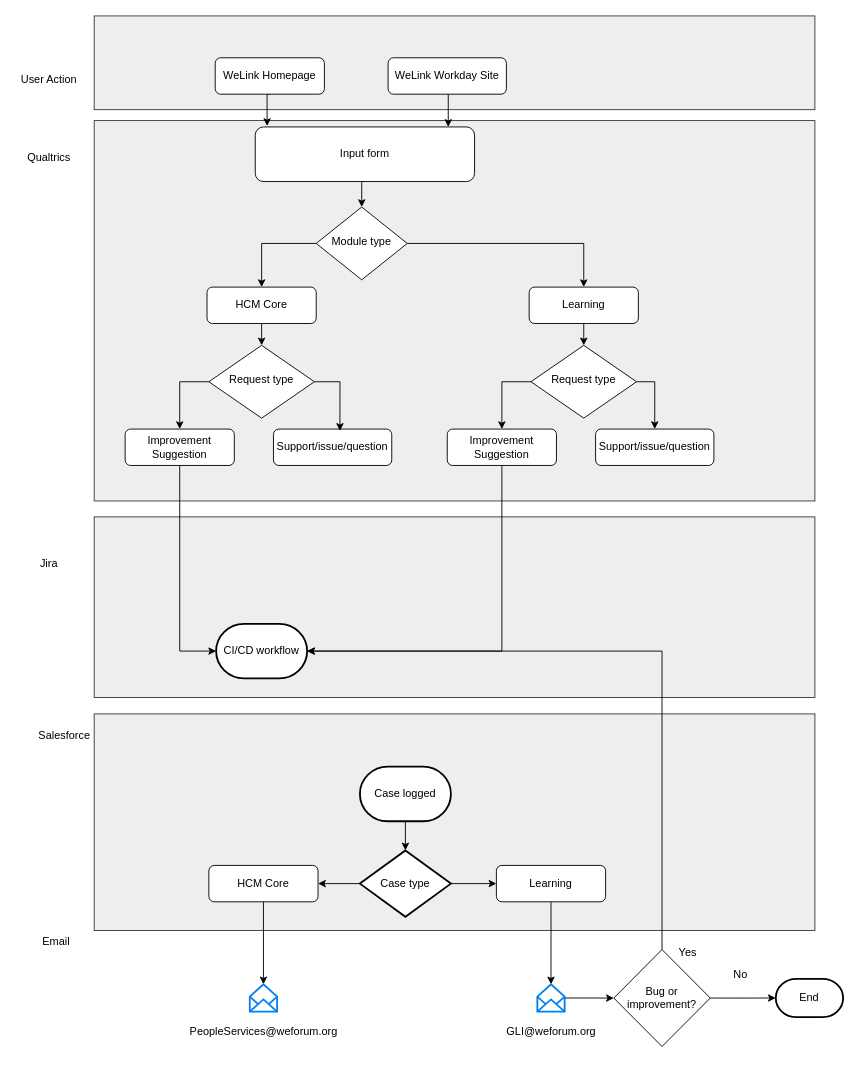
Earlier version of the draw.io diagram Workday Learning support model.drawio (merid-berhe/draw.io). Source tidied: cells renumbered, new cells numbered last; positions are measured from the earlier drawing's top-left corner, leaving out a move shared by most shapes. Both pictures are drawn from the tidied source at 91%, with x=0, y=0 at pixel (15, 15).
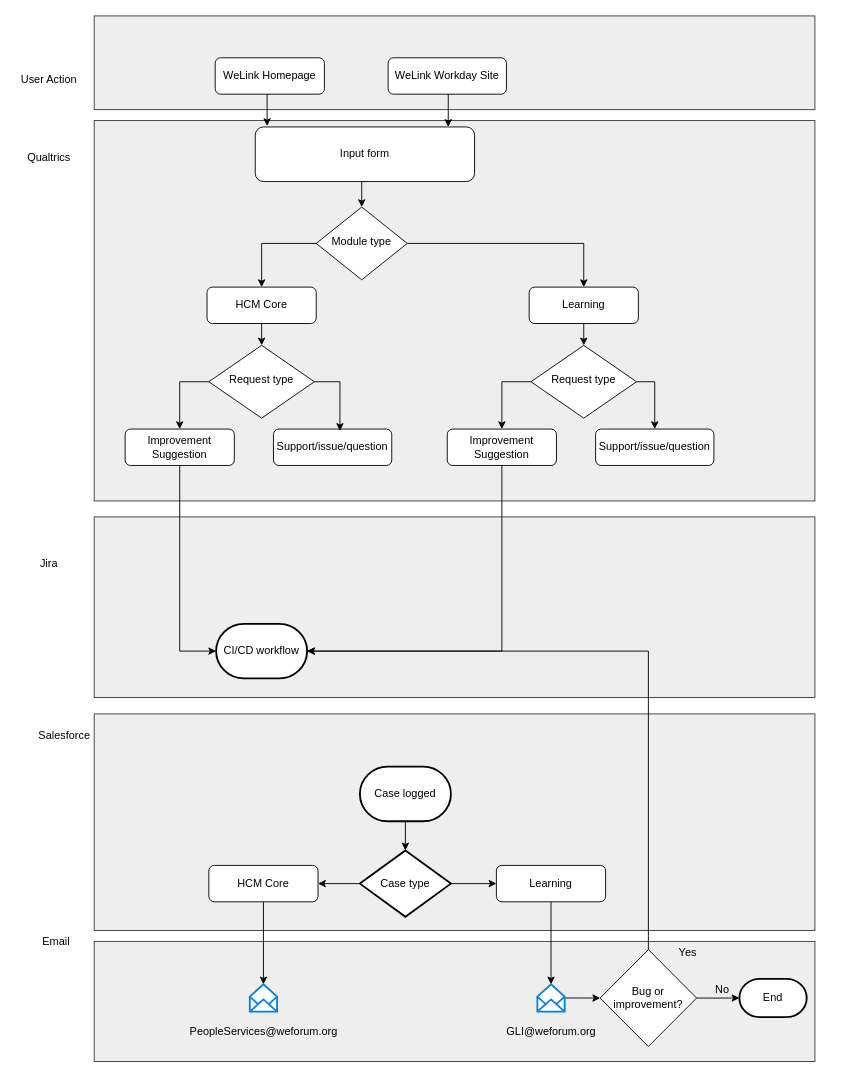
The same diagram, later.

What changed in the source:
```diff
@@
+    <mxCell id="57" style="rounded=0;whiteSpace=wrap;html=1;fillColor=#eeeeee;strokeColor=#36393d;" parent="1" vertex="1">
+      <mxGeometry x="86" y="1017" width="792" height="132" as="geometry" />
+    </mxCell>
@@
     <mxCell id="53" value="Bug or improvement?" style="rhombus;whiteSpace=wrap;html=1;" parent="1" vertex="1">
-      <mxGeometry x="657" y="1026" width="106" height="106.5" as="geometry" />
+      <mxGeometry x="642" y="1026" width="106" height="106.5" as="geometry" />
     </mxCell>
     <mxCell id="54" value="No" style="text;html=1;align=center;verticalAlign=middle;" parent="1" vertex="1">
-      <mxGeometry x="783" y="1045" width="25" height="18" as="geometry" />
+      <mxGeometry x="763" y="1061" width="25" height="18" as="geometry" />
     </mxCell>
     <mxCell id="55" value="End" style="strokeWidth=2;html=1;shape=mxgraph.flowchart.terminator;whiteSpace=wrap;" parent="1" vertex="1">
-      <mxGeometry x="835" y="1058.1" width="74" height="42.2" as="geometry" />
+      <mxGeometry x="795" y="1058.1" width="74" height="42.2" as="geometry" />
     </mxCell>
```
